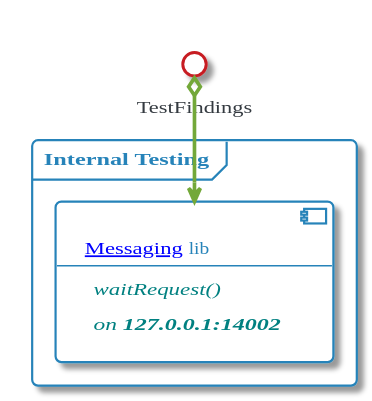
Earlier version of the PlantUML export images/plantuml/FindReply/find_reply/FindReply_TestingInterface.svg (momenttech/maestro-architecture).
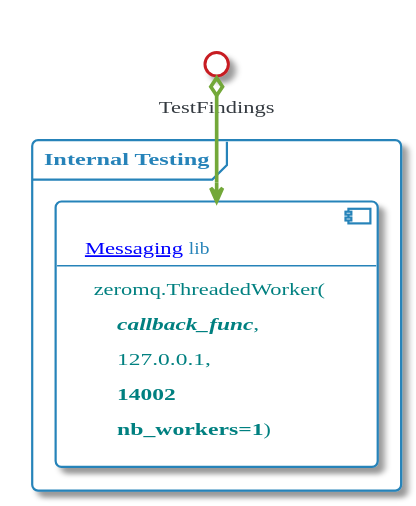
Later version of the same file.

The edit, as a diff of the source:
```diff
@@ -416,8 +416,11 @@
             component MSG_T [
                 [[http://10.165.64.205/AI/Messaging Messaging]] lib
                 ----
-                <i><color:teal>waitRequest()</color></i>
-                <i><color:teal>on <b>127.0.0.1:14002</b></color></i>
+                <color:teal>zeromq.ThreadedWorker(</color>
+                <color:teal>    <i><b>callback_func</b></i>,</color>
+                <color:teal>    127.0.0.1,</color>
+                <color:teal>    <b>14002</b></color>
+                <color:teal>    <b>nb_workers=1</b>)</color>
                 ]
         }
         TestFindings o-d-> MSG_T<<TEST>>
```
